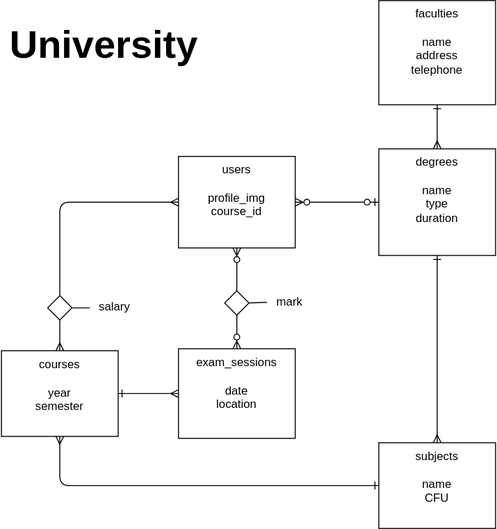
Before: S7L1-laravel-api/university.drawio.svg, a diagram exported from draw.io (henri-kapidani/IFOA0124). Source tidied: cells renumbered, new cells last; positions are measured from the earlier drawing's top-left corner, leaving out a move shared by most shapes.
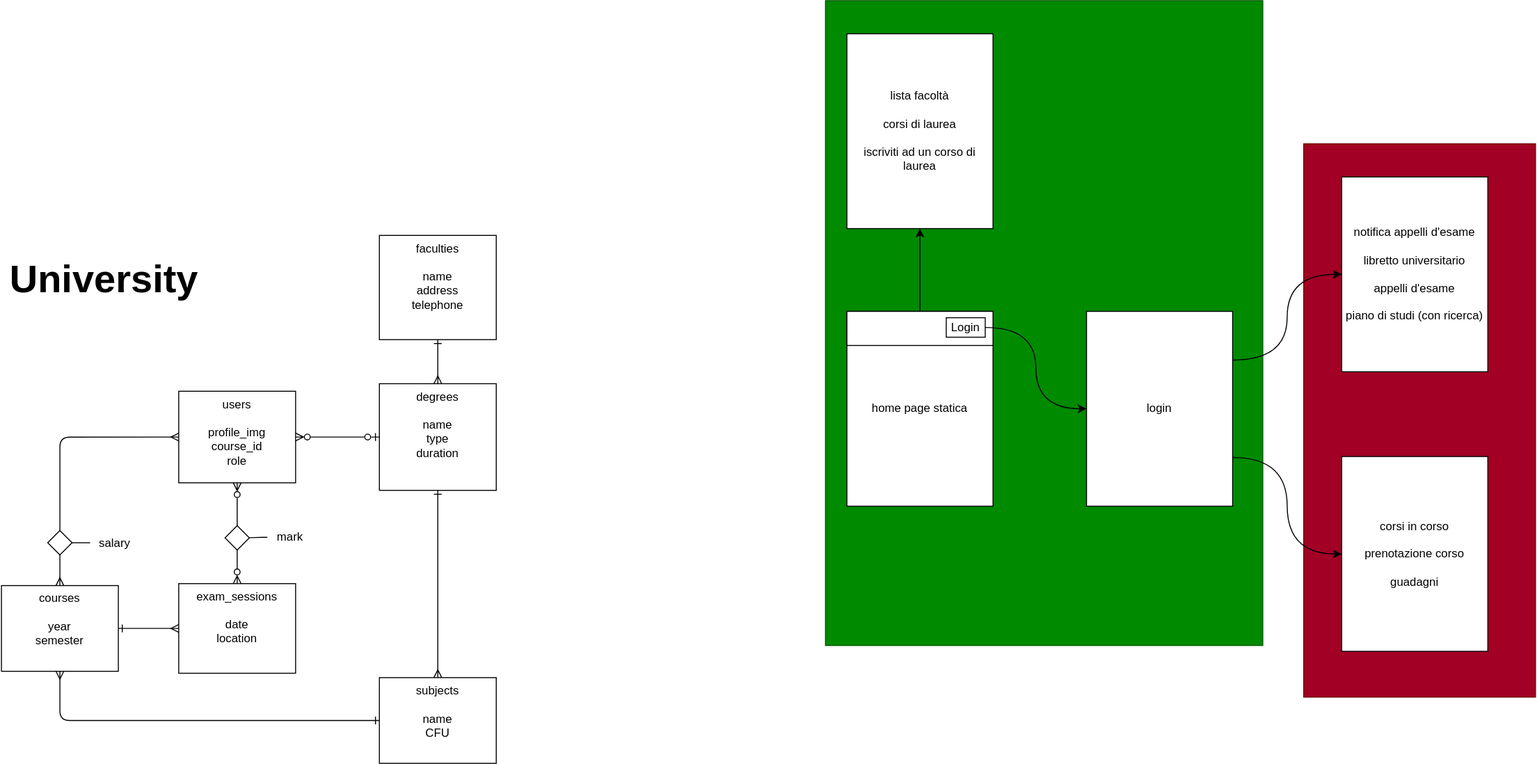
Above is the later version.

Change to the diagram source:
```diff
@@ -2,7 +2,13 @@
   <root>
     <mxCell id="0" />
     <mxCell id="1" parent="0" />
+    <mxCell id="24" style="whiteSpace=wrap;html=1;fontSize=12;fillColor=#a20025;fontColor=#ffffff;strokeColor=#6F0000;" parent="1" vertex="1">
+      <mxGeometry x="1338" y="-94" width="238" height="568" as="geometry" />
+    </mxCell>
+    <mxCell id="25" style="whiteSpace=wrap;html=1;fontSize=12;fillColor=#008a00;fontColor=#ffffff;strokeColor=#005700;" parent="1" vertex="1">
+      <mxGeometry x="847" y="-241" width="449" height="662" as="geometry" />
+    </mxCell>
-    <mxCell id="2" value="users&lt;br&gt;&lt;br&gt;profile_img&lt;br&gt;course_id" style="whiteSpace=wrap;html=1;verticalAlign=top;" parent="1" vertex="1">
+    <mxCell id="2" value="users&lt;br&gt;&lt;br&gt;profile_img&lt;br&gt;course_id&lt;br&gt;role" style="whiteSpace=wrap;html=1;verticalAlign=top;" parent="1" vertex="1">
       <mxGeometry x="183" y="160" width="120" height="94" as="geometry" />
     </mxCell>
     <mxCell id="3" value="exam_sessions&lt;br&gt;&lt;br&gt;date&lt;br&gt;location" style="whiteSpace=wrap;html=1;verticalAlign=top;" parent="1" vertex="1">
@@ -68,5 +74,38 @@
     <mxCell id="23" value="University" style="text;html=1;align=center;verticalAlign=middle;strokeColor=none;fillColor=none;fontStyle=1;fontSize=40;" parent="1" vertex="1">
       <mxGeometry y="14" width="211" height="60" as="geometry" />
     </mxCell>
+    <mxCell id="26" value="home page statica" style="whiteSpace=wrap;html=1;fontSize=12;" parent="1" vertex="1">
+      <mxGeometry x="869" y="78" width="150" height="200" as="geometry" />
+    </mxCell>
+    <mxCell id="27" style="edgeStyle=orthogonalEdgeStyle;curved=1;html=1;fontSize=12;" parent="1" edge="1" source="28" target="36">
+      <mxGeometry relative="1" as="geometry" />
+    </mxCell>
+    <mxCell id="28" style="whiteSpace=wrap;html=1;fontSize=12;" parent="1" vertex="1">
+      <mxGeometry x="869" y="78" width="150" height="35" as="geometry" />
+    </mxCell>
+    <mxCell id="29" style="edgeStyle=orthogonalEdgeStyle;html=1;exitX=1;exitY=0.5;exitDx=0;exitDy=0;fontSize=12;curved=1;" parent="1" edge="1" source="30" target="33">
+      <mxGeometry relative="1" as="geometry" />
+    </mxCell>
+    <mxCell id="30" value="Login" style="whiteSpace=wrap;html=1;fontSize=12;" parent="1" vertex="1">
+      <mxGeometry x="971" y="84.5" width="40" height="20" as="geometry" />
+    </mxCell>
+    <mxCell id="31" style="edgeStyle=orthogonalEdgeStyle;curved=1;html=1;entryX=0;entryY=0.5;entryDx=0;entryDy=0;fontSize=12;exitX=1;exitY=0.25;exitDx=0;exitDy=0;" parent="1" edge="1" source="33" target="34">
+      <mxGeometry relative="1" as="geometry" />
+    </mxCell>
+    <mxCell id="32" style="edgeStyle=orthogonalEdgeStyle;curved=1;html=1;exitX=1;exitY=0.75;exitDx=0;exitDy=0;fontSize=12;" parent="1" edge="1" source="33" target="35">
+      <mxGeometry relative="1" as="geometry" />
+    </mxCell>
+    <mxCell id="33" value="login" style="whiteSpace=wrap;html=1;fontSize=12;" parent="1" vertex="1">
+      <mxGeometry x="1115" y="78" width="150" height="200" as="geometry" />
+    </mxCell>
+    <mxCell id="34" value="notifica appelli d'esame&lt;br&gt;&lt;br&gt;libretto universitario&lt;br&gt;&lt;br&gt;appelli d'esame&lt;br&gt;&lt;br&gt;piano di studi (con ricerca)" style="whiteSpace=wrap;html=1;fontSize=12;" parent="1" vertex="1">
+      <mxGeometry x="1377" y="-60" width="150" height="200" as="geometry" />
+    </mxCell>
+    <mxCell id="35" value="corsi in corso&lt;br&gt;&lt;br&gt;prenotazione corso&lt;br&gt;&lt;br&gt;guadagni" style="whiteSpace=wrap;html=1;fontSize=12;" parent="1" vertex="1">
+      <mxGeometry x="1377" y="227" width="150" height="200" as="geometry" />
+    </mxCell>
+    <mxCell id="36" value="lista facoltà&lt;br&gt;&lt;br&gt;corsi di laurea&lt;br&gt;&lt;br&gt;iscriviti ad un corso di laurea&amp;nbsp;" style="whiteSpace=wrap;html=1;fontSize=12;" parent="1" vertex="1">
+      <mxGeometry x="869" y="-207" width="150" height="200" as="geometry" />
+    </mxCell>
   </root>
 </mxGraphModel>
```
